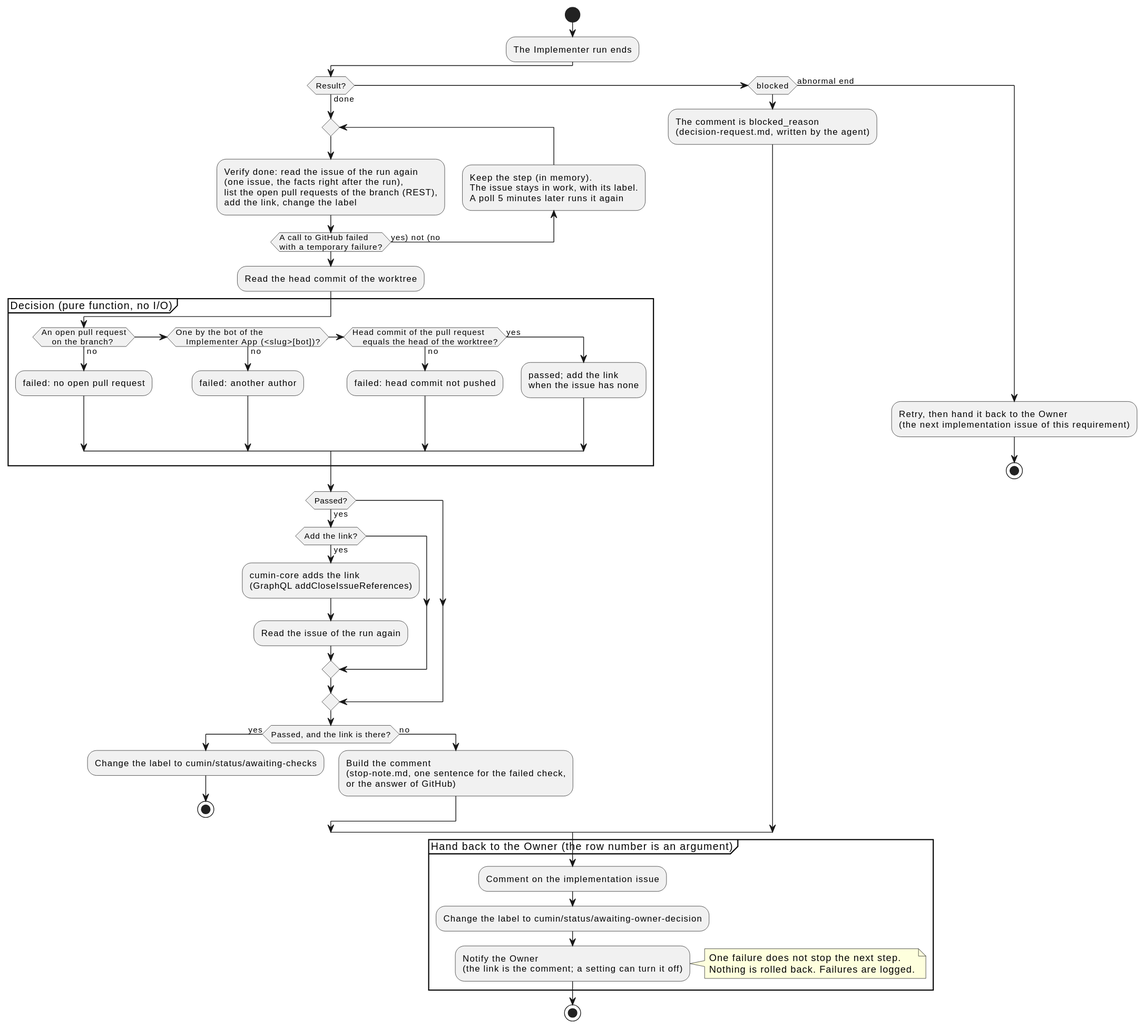
The PlantUML diagram docs/ja/designs/poll-verify.svg in cloveclovedev/cumin-works, before a commit.
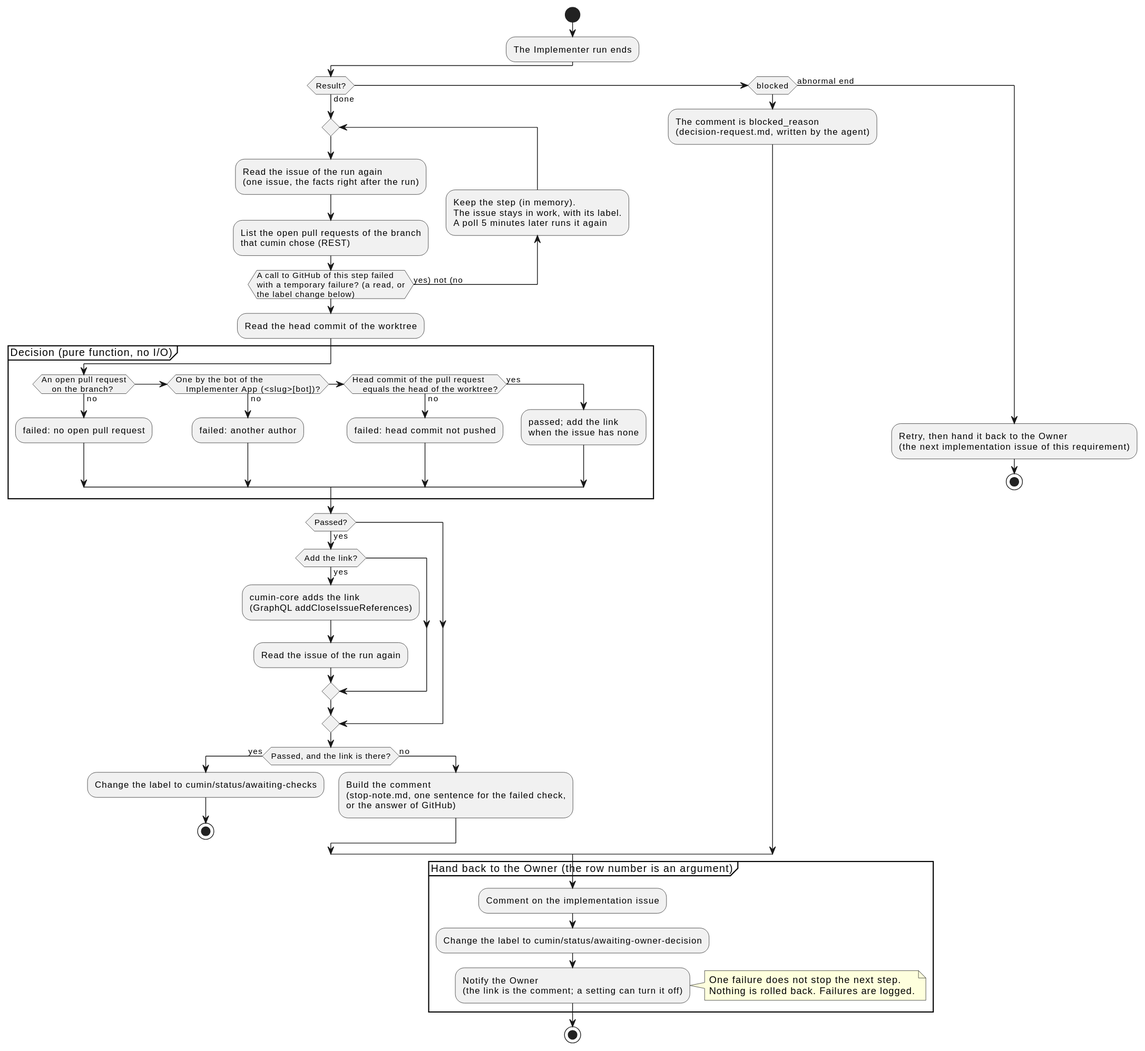
After the change.

Commit message:
docs(designs): name the calls of the kept step in the diagram

The edit, as a diff of the source:
```diff
@@ -6,15 +6,16 @@
 :The Implementer run ends;
 if (Result?) then (done)
   repeat
-    :Verify done: read the issue of the run again
-    (one issue, the facts right after the run),
-    list the open pull requests of the branch (REST),
-    add the link, change the label;
+    :Read the issue of the run again
+    (one issue, the facts right after the run);
+    :List the open pull requests of the branch
+    that cumin chose (REST);
     backward :Keep the step (in memory).
     The issue stays in work, with its label.
     A poll 5 minutes later runs it again;
-  repeat while (A call to GitHub failed
-  with a temporary failure?) is (yes) not (no)
+  repeat while (A call to GitHub of this step failed
+  with a temporary failure? (a read, or
+  the label change below)) is (yes) not (no)
   :Read the head commit of the worktree;
   partition "Decision (pure function, no I/O)" {
     if (An open pull request
```
